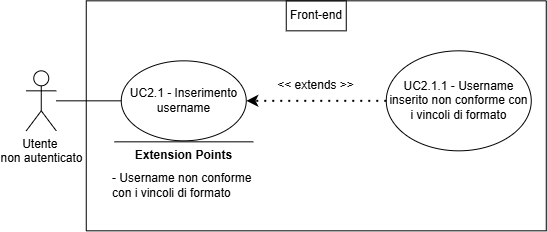
This is assets/diagrams/UC2_1.png from SkarabGroup/DocumentazioneProgetto, a draw.io export, as it was before one commit. Source tidied: cells renumbered, new cells last; positions are measured from the earlier drawing's top-left corner, leaving out a move shared by most shapes.
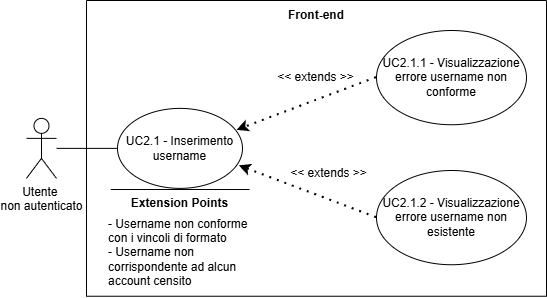
After the change.

Diff of the diagram source:
```diff
@@ -2,41 +2,50 @@
   <root>
     <mxCell id="0" />
     <mxCell id="1" parent="0" />
+    <mxCell id="13" style="swimlane;startSize=0;" parent="1" vertex="1">
+      <mxGeometry x="59.8" y="-47.6" width="460" height="295.8" as="geometry" />
+    </mxCell>
+    <mxCell id="14" value="UC2.1.1 - Visualizzazione errore username non conforme" style="ellipse;whiteSpace=wrap;html=1;" parent="13" vertex="1">
+      <mxGeometry x="290" y="30" width="150" height="94.2" as="geometry" />
+    </mxCell>
+    <mxCell id="15" style="endArrow=classic;dashed=1;html=1;dashPattern=1 3;strokeWidth=2;rounded=0;entryX=0.956;entryY=0.274;entryDx=0;entryDy=0;exitX=0;exitY=0.5;exitDx=0;exitDy=0;strokeColor=default;curved=0;endFill=1;endSize=6;entryPerimeter=0;" parent="13" edge="1" source="14" target="4">
+      <mxGeometry relative="1" as="geometry" />
+    </mxCell>
+    <mxCell id="16" value="&lt;div&gt;&amp;lt;&amp;lt; extends &amp;gt;&amp;gt;&lt;/div&gt;" style="text;html=1;whiteSpace=wrap;strokeColor=none;fillColor=none;align=center;verticalAlign=middle;rounded=0;" parent="13" vertex="1">
+      <mxGeometry x="182.5" y="62.1" width="95" height="30" as="geometry" />
+    </mxCell>
+    <mxCell id="11" value="Front-end" style="text;html=1;whiteSpace=wrap;strokeColor=none;fillColor=none;align=center;verticalAlign=middle;rounded=0;perimeterSpacing=1;fontStyle=1;" parent="13" vertex="1">
+      <mxGeometry x="200" width="60" height="30" as="geometry" />
+    </mxCell>
+    <mxCell id="4" value="&lt;div&gt;UC2.1 - Inserimento username&lt;/div&gt;" style="ellipse;whiteSpace=wrap;html=1;" parent="13" vertex="1">
+      <mxGeometry x="31" y="107.9" width="125" height="80" as="geometry" />
+    </mxCell>
+    <mxCell id="17" value="UC2.1.2 - Visualizzazione errore username non esistente" style="ellipse;whiteSpace=wrap;html=1;" parent="13" vertex="1">
+      <mxGeometry x="290" y="170" width="150" height="94.2" as="geometry" />
+    </mxCell>
+    <mxCell id="18" style="endArrow=classic;dashed=1;html=1;dashPattern=1 3;strokeWidth=2;rounded=0;entryX=0.974;entryY=0.718;entryDx=0;entryDy=0;exitX=0;exitY=0.5;exitDx=0;exitDy=0;strokeColor=default;curved=0;endFill=1;endSize=6;entryPerimeter=0;" parent="13" edge="1" source="17" target="4">
+      <mxGeometry relative="1" as="geometry" />
+    </mxCell>
+    <mxCell id="19" value="&lt;div&gt;&amp;lt;&amp;lt; extends &amp;gt;&amp;gt;&lt;/div&gt;" style="text;html=1;whiteSpace=wrap;strokeColor=none;fillColor=none;align=center;verticalAlign=middle;rounded=0;" parent="13" vertex="1">
+      <mxGeometry x="195" y="157.9" width="95" height="30" as="geometry" />
+    </mxCell>
     <mxCell id="2" value="&lt;div&gt;Utente&amp;nbsp;&lt;/div&gt;&lt;div&gt;non autenticato&lt;/div&gt;" style="shape=umlActor;verticalLabelPosition=bottom;verticalAlign=top;html=1;outlineConnect=0;" parent="1" vertex="1">
       <mxGeometry x="-0.2" y="70.3" width="30" height="60" as="geometry" />
     </mxCell>
-    <mxCell id="3" style="swimlane;startSize=0;" parent="1" vertex="1">
-      <mxGeometry x="59.8" y="0.3" width="460" height="230" as="geometry" />
-    </mxCell>
-    <mxCell id="4" value="&lt;div&gt;UC2.1 - Inserimento username&lt;/div&gt;" style="ellipse;whiteSpace=wrap;html=1;" parent="3" vertex="1">
-      <mxGeometry x="35" y="60" width="125" height="80" as="geometry" />
-    </mxCell>
-    <mxCell id="5" value="UC2.1.1 - Username inserito non conforme con i vincoli di formato" style="ellipse;whiteSpace=wrap;html=1;" parent="3" vertex="1">
-      <mxGeometry x="300" y="50" width="145" height="100" as="geometry" />
-    </mxCell>
-    <mxCell id="6" style="endArrow=classic;dashed=1;html=1;dashPattern=1 3;strokeWidth=2;rounded=0;entryX=1;entryY=0.5;entryDx=0;entryDy=0;exitX=0;exitY=0.5;exitDx=0;exitDy=0;strokeColor=default;curved=0;endFill=1;endSize=6;" parent="3" edge="1" source="5" target="4">
-      <mxGeometry relative="1" as="geometry" />
-    </mxCell>
-    <mxCell id="7" value="&lt;div&gt;&amp;lt;&amp;lt; extends &amp;gt;&amp;gt;&lt;/div&gt;" style="text;html=1;whiteSpace=wrap;strokeColor=none;fillColor=none;align=center;verticalAlign=middle;rounded=0;" parent="3" vertex="1">
-      <mxGeometry x="182.5" y="70" width="95" height="30" as="geometry" />
-    </mxCell>
-    <mxCell id="8" style="endArrow=none;html=1;rounded=0;" parent="3" edge="1">
-      <mxGeometry relative="1" as="geometry">
-        <mxPoint x="167" y="141" as="sourcePoint" />
-        <mxPoint x="28.2" y="141" as="targetPoint" />
-      </mxGeometry>
-    </mxCell>
+    <mxCell id="12" style="endArrow=none;html=1;rounded=0;entryX=0;entryY=0.5;entryDx=0;entryDy=0;" parent="1" edge="1" source="2" target="4">
+      <mxGeometry relative="1" as="geometry" />
+    </mxCell>
+    <mxCell id="20" style="endArrow=none;html=1;rounded=0;" parent="1" edge="1">
+      <mxGeometry relative="1" as="geometry">
+        <mxPoint x="222.8" y="141.4" as="sourcePoint" />
+        <mxPoint x="84" y="141.4" as="targetPoint" />
+      </mxGeometry>
+    </mxCell>
-    <mxCell id="9" value="&lt;b&gt;Extension Points&lt;/b&gt;" style="text;html=1;whiteSpace=wrap;strokeColor=none;fillColor=none;align=center;verticalAlign=middle;rounded=0;strokeWidth=5;" parent="3" vertex="1">
-      <mxGeometry x="40" y="140" width="115" height="30" as="geometry" />
+    <mxCell id="9" value="&lt;b&gt;Extension Points&lt;/b&gt;" style="text;html=1;whiteSpace=wrap;strokeColor=none;fillColor=none;align=center;verticalAlign=middle;rounded=0;strokeWidth=5;" parent="1" vertex="1">
+      <mxGeometry x="95.8" y="140.4" width="115" height="30" as="geometry" />
     </mxCell>
-    <mxCell id="10" value="&lt;div align=&quot;left&quot;&gt;- Username non conforme con i vincoli di formato&lt;/div&gt;" style="text;html=1;whiteSpace=wrap;strokeColor=none;fillColor=none;align=left;verticalAlign=middle;rounded=0;" parent="3" vertex="1">
-      <mxGeometry x="24" y="140" width="147" height="90" as="geometry" />
-    </mxCell>
-    <mxCell id="11" value="Front-end" style="text;html=1;whiteSpace=wrap;strokeColor=default;fillColor=none;align=center;verticalAlign=middle;rounded=0;perimeterSpacing=1;" parent="3" vertex="1">
-      <mxGeometry x="200" width="60" height="30" as="geometry" />
-    </mxCell>
-    <mxCell id="12" style="endArrow=none;html=1;rounded=0;entryX=0;entryY=0.5;entryDx=0;entryDy=0;" parent="1" edge="1" source="2" target="4">
-      <mxGeometry relative="1" as="geometry" />
-    </mxCell>
+    <mxCell id="21" value="&lt;div align=&quot;left&quot;&gt;- Username non conforme con i vincoli di formato&lt;/div&gt;&lt;div align=&quot;left&quot;&gt;- Username non corrispondente ad alcun account censito&lt;/div&gt;" style="text;html=1;whiteSpace=wrap;strokeColor=none;fillColor=none;align=left;verticalAlign=middle;rounded=0;" parent="1" vertex="1">
+      <mxGeometry x="79.8" y="159.3" width="147" height="90" as="geometry" />
+    </mxCell>
   </root>
 </mxGraphModel>
```
